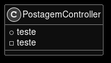
Above: assets/diagrama_classes.png in Projeto-PeriFeira/PeriFeira (PlantUML), before the change. Source of this version:
```plantuml
@startuml
skinparam monochrome reverse
skinparam usecase {
	BackgroundColor  white
	BorderColor white
}
class PostagemController {
	+ teste
	- teste
}
@enduml
```
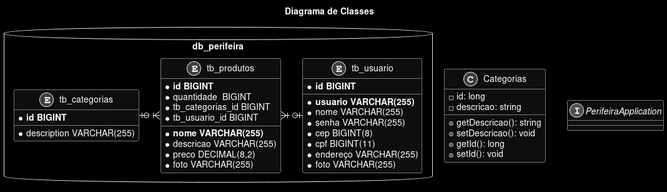
The same file after the commit.

Commit message:
diagrama de classes

Change to the diagram source:
```diff
@@ -1,11 +1,55 @@
 @startuml
+allow_mixing
 skinparam monochrome reverse
 skinparam usecase {
 	BackgroundColor  white
 	BorderColor white
 }
-class PostagemController {
-	+ teste
-	- teste
+title Diagrama de Classes
+
+class Categorias {
+	- id: long
+	- descricao: string
+	+ getDescricao(): string
+	+ setDescricao(): void
+	+ getId(): long
+	+ setId(): void
 }
+
+interface PerifeiraApplication {
+
+}
+
+database db_perifeira {
+	entity tb_categorias {
+	  * **id BIGINT**
+	  * description VARCHAR(255)
+	}
+	entity tb_produtos {
+		* **id BIGINT**
+		* **nome VARCHAR(255)**
+		* descricao VARCHAR(255)
+		* quantidade  BIGINT
+		* preco DECIMAL(8,2)
+		* foto VARCHAR(255)
+		* tb_categorias_id BIGINT
+		* tb_usuario_id BIGINT
+	}
+	entity tb_usuario {
+		* **id BIGINT**
+		* **usuario VARCHAR(255)**
+		* nome VARCHAR(255)
+		* senha VARCHAR(255)
+		* cep BIGINT(8)
+		* cpf BIGINT(11)
+		* endereço VARCHAR(255)
+		* foto VARCHAR(255)
+	}
+	tb_categorias |o.right.|{ tb_produtos
+	tb_usuario |o.left.|{ tb_produtos
+}
+
+
+
+
 @enduml
```
